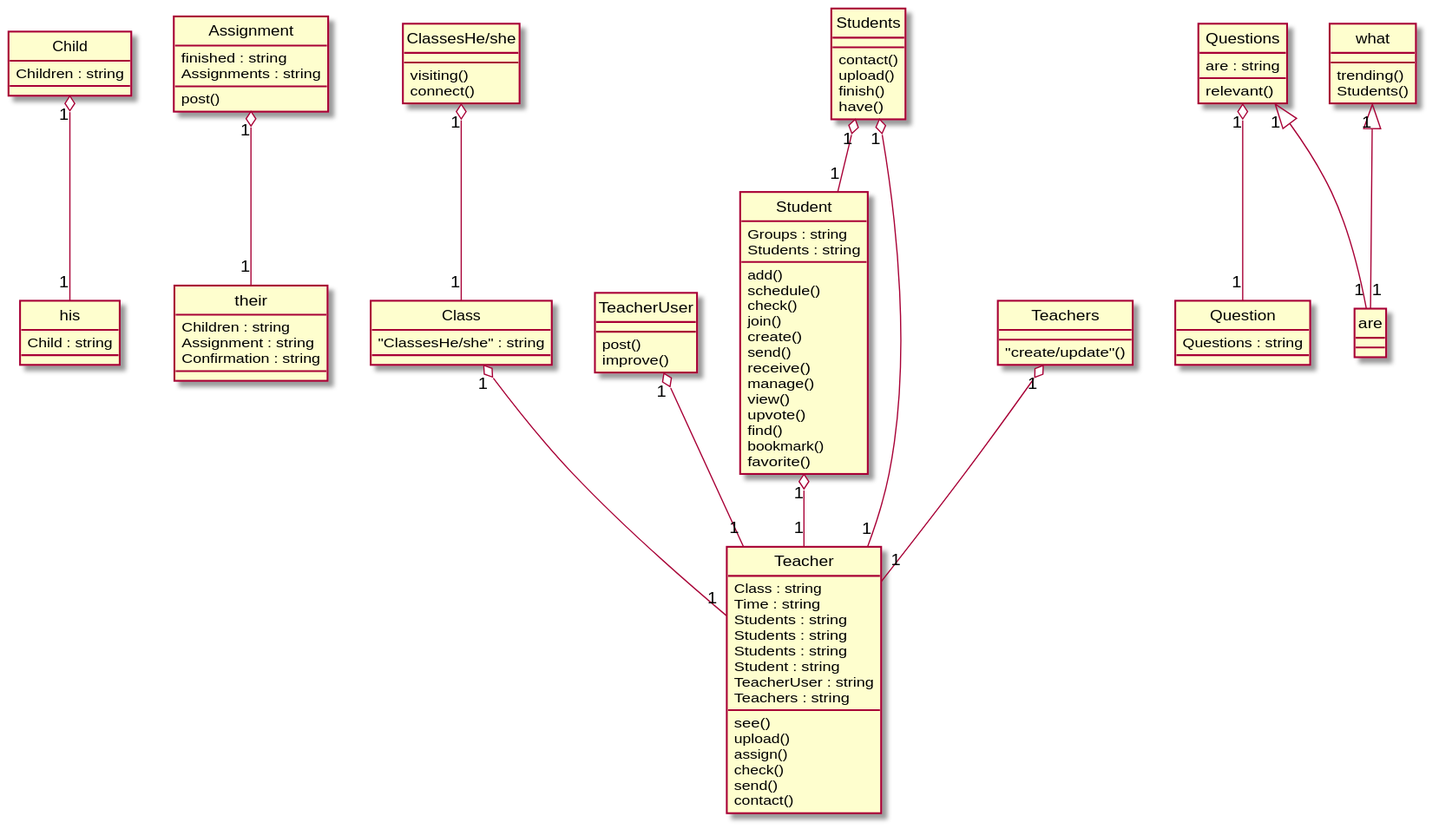
This is Diagrams/2019-USC-Project03.svg from xixixhalu/DomainModelExtractor, a PlantUML export, as it was before one commit. The source it was exported from:
```plantuml
@startuml
hide circle
class his {
	Child : string
}
class their {
	Children : string
	Assignment : string
	Confirmation : string
}
class Assignment {
	finished : string
	Assignments : string
	post()
}
class Student {
	Groups : string
	Students : string
	add()
	schedule()
	check()
	join()
	create()
	send()
	receive()
	manage()
	view()
	upvote()
	find()
	bookmark()
	favorite()
}
class Teacher {
	Class : string
	Time : string
	Students : string
	Students : string
	Students : string
	Student : string
	TeacherUser : string
	Teachers : string
	see()
	upload()
	assign()
	check()
	send()
	contact()
}
class Child {
	Children : string
}
class Question {
	Questions : string
}
class Class {
	"ClassesHe/she" : string
}
class Questions {
	are : string
	relevant()
}
class TeacherUser {
	post()
	improve()
}
class Students {
	contact()
	upload()
	finish()
	have()
}
class ClassesHe/she {
	visiting()
	connect()
}
class what {
	trending()
	Students()
}
class Teachers {
	"create/update"()
}
Questions "1" <|-- "1" are
Child "1" o-- "1" his
Teachers "1" o-- "1" Teacher
Student "1" o-- "1" Teacher
Students "1" o-- "1" Teacher
what "1" <|-- "1" are
Assignment "1" o-- "1" their
"ClassesHe/she" "1" o-- "1" Class
Questions "1" o-- "1" Question
Class "1" o-- "1" Teacher
TeacherUser "1" o-- "1" Teacher
Students "1" o-- "1" Student
@enduml
```
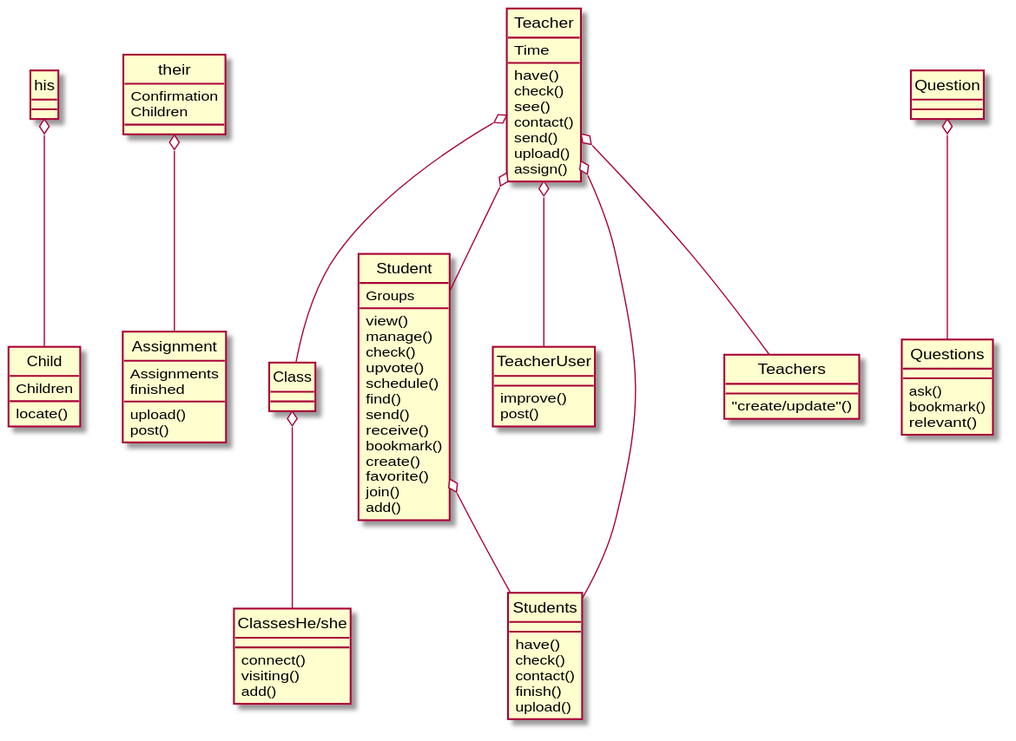
The same diagram one commit later.

What changed in the source:
```diff
@@ -1,95 +1,83 @@
 @startuml
 hide circle
 class his {
-	Child : string
 }
 class their {
-	Children : string
-	Assignment : string
-	Confirmation : string
+	Confirmation
+	Children
 }
 class Assignment {
-	finished : string
-	Assignments : string
+	Assignments
+	finished
+	upload()
 	post()
 }
 class Student {
-	Groups : string
-	Students : string
-	add()
+	Groups
+	view()
+	manage()
+	check()
+	upvote()
 	schedule()
-	check()
-	join()
-	create()
+	find()
 	send()
 	receive()
-	manage()
-	view()
-	upvote()
-	find()
 	bookmark()
+	create()
 	favorite()
+	join()
+	add()
 }
 class Teacher {
-	Class : string
-	Time : string
-	Students : string
-	Students : string
-	Students : string
-	Student : string
-	TeacherUser : string
-	Teachers : string
+	Time
+	have()
+	check()
 	see()
+	contact()
+	send()
 	upload()
 	assign()
-	check()
-	send()
-	contact()
+}
+class Question {
+}
+class Class {
 }
 class Child {
-	Children : string
-}
-class Question {
-	Questions : string
-}
-class Class {
-	"ClassesHe/she" : string
-}
-class Questions {
-	are : string
-	relevant()
+	Children
+	locate()
 }
 class TeacherUser {
+	improve()
 	post()
-	improve()
 }
 class Students {
+	have()
+	check()
 	contact()
+	finish()
 	upload()
-	finish()
-	have()
-}
-class ClassesHe/she {
-	visiting()
-	connect()
-}
-class what {
-	trending()
-	Students()
 }
 class Teachers {
 	"create/update"()
 }
-Questions "1" <|-- "1" are
-Child "1" o-- "1" his
-Teachers "1" o-- "1" Teacher
-Student "1" o-- "1" Teacher
-Students "1" o-- "1" Teacher
-what "1" <|-- "1" are
-Assignment "1" o-- "1" their
-"ClassesHe/she" "1" o-- "1" Class
-Questions "1" o-- "1" Question
-Class "1" o-- "1" Teacher
-TeacherUser "1" o-- "1" Teacher
-Students "1" o-- "1" Student
+class ClassesHe/she {
+	connect()
+	visiting()
+	add()
+}
+class Questions {
+	ask()
+	bookmark()
+	relevant()
+}
+Teacher o-- Teachers
+Question o-- Questions
+Teacher o-- TeacherUser
+his o-- Child
+Class o-- "ClassesHe/she"
+Teacher o-- Students
+Student o-- Students
+Teacher o-- Student
+Teacher o-- Class
+their o-- Assignment
 @enduml
```
